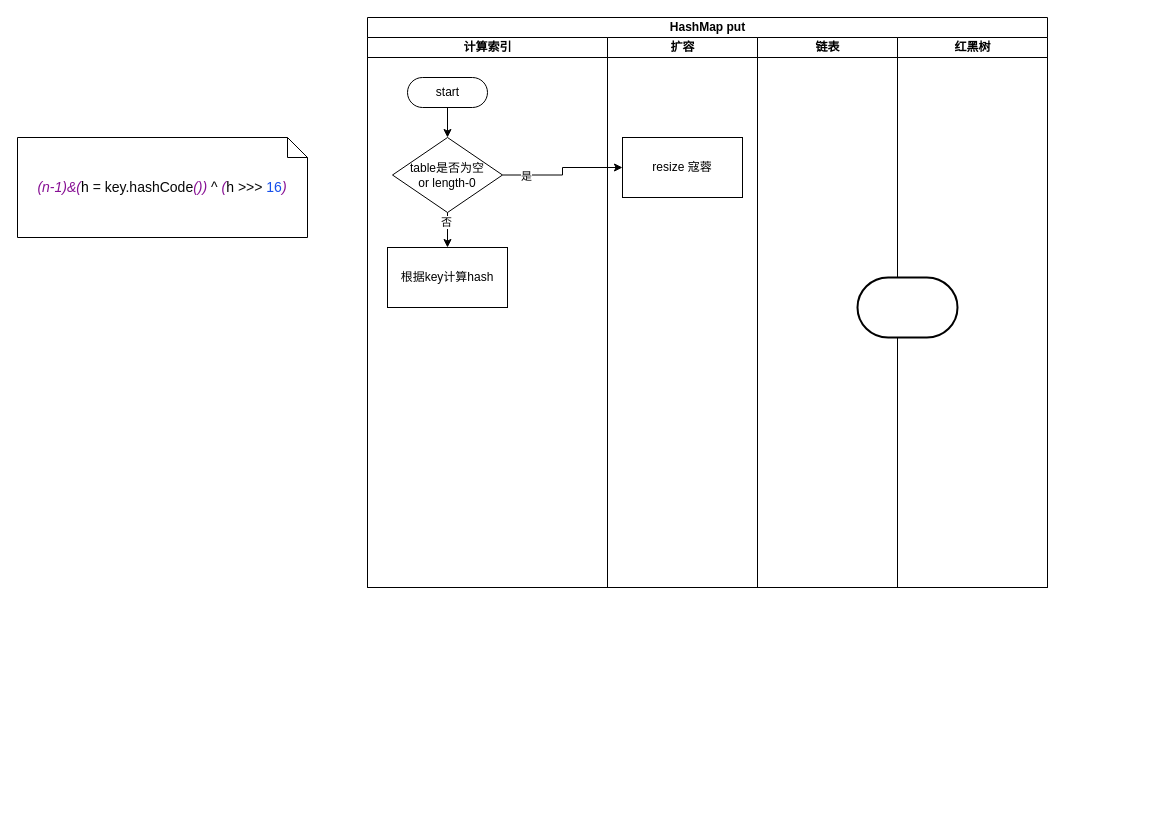
Before: 未命名绘图.drawio in jay121169/draw.io, a draw.io diagram. Source tidied: cells renumbered, new cells numbered last; positions are measured from the earlier drawing's top-left corner, leaving out a move shared by most shapes. Both pictures are drawn from the tidied source at 100%, with x=0, y=0 at pixel (17, 17).
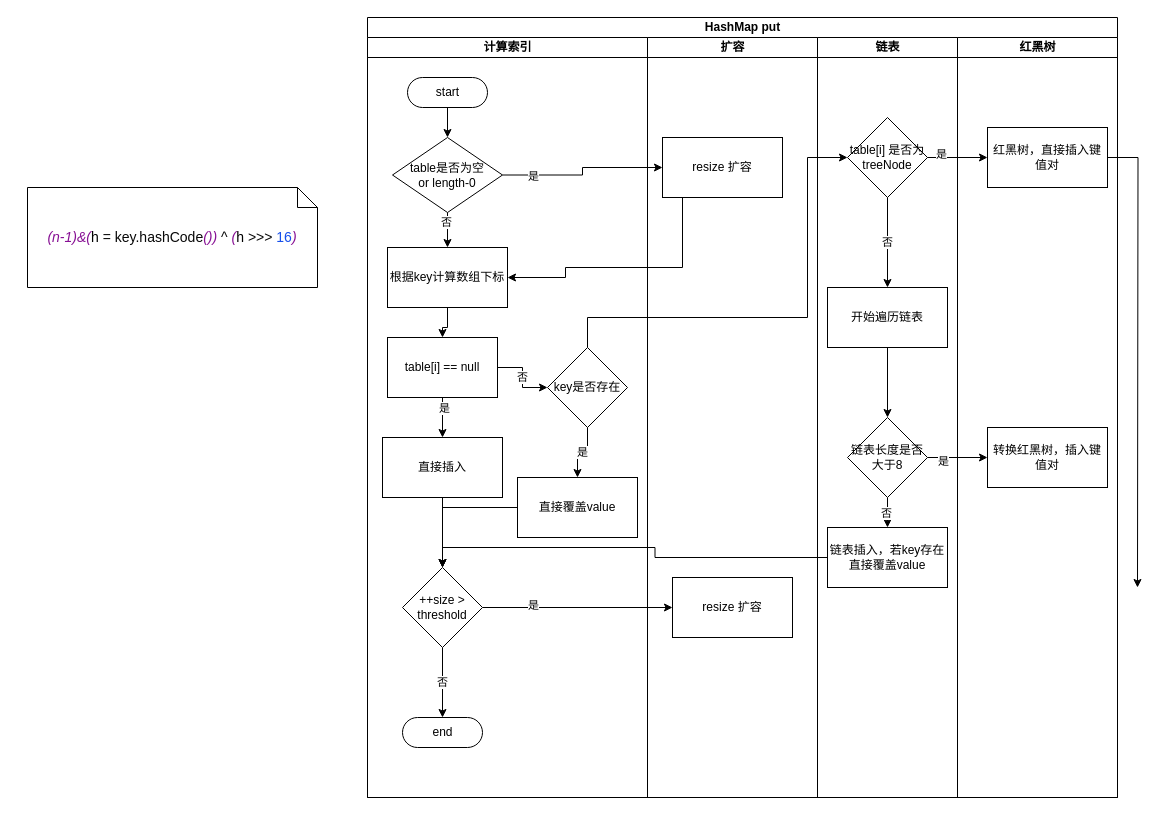
After the change.

The edit, as a diff of the source:
```diff
@@
     <mxCell id="2" value="HashMap put" style="swimlane;html=1;startSize=20;" parent="1" vertex="1">
-      <mxGeometry x="350" width="680" height="570" as="geometry" />
+      <mxGeometry x="350" width="750" height="780" as="geometry" />
     </mxCell>
     <mxCell id="3" value="计算索引" style="swimlane;html=1;startSize=20;" parent="2" vertex="1">
-      <mxGeometry y="20" width="240" height="550" as="geometry" />
+      <mxGeometry y="20" width="280" height="760" as="geometry" />
     </mxCell>
@@
-    <mxCell id="9" value="根据key计算hash" style="whiteSpace=wrap;html=1;dashed=0;" parent="3" vertex="1">
+    <mxCell id="9" value="根据key计算数组下标" style="whiteSpace=wrap;html=1;dashed=0;" parent="3" vertex="1">
       <mxGeometry x="20" y="210" width="120" height="60" as="geometry" />
     </mxCell>
+    <mxCell id="18" value="table[i] == null" style="whiteSpace=wrap;html=1;dashed=0;" parent="3" vertex="1">
+      <mxGeometry x="20" y="300" width="110" height="60" as="geometry" />
+    </mxCell>
+    <mxCell id="19" value="直接插入" style="whiteSpace=wrap;html=1;dashed=0;" parent="3" vertex="1">
+      <mxGeometry x="15" y="400" width="120" height="60" as="geometry" />
+    </mxCell>
+    <mxCell id="20" style="edgeStyle=orthogonalEdgeStyle;rounded=0;jettySize=auto;html=1;" parent="3" edge="1" source="9" target="18">
+      <mxGeometry relative="1" as="geometry" />
+    </mxCell>
+    <mxCell id="21" value="否" style="edgeStyle=orthogonalEdgeStyle;rounded=0;jettySize=auto;html=1;" parent="3" edge="1" source="18" target="25">
+      <mxGeometry relative="1" as="geometry" />
+    </mxCell>
+    <mxCell id="22" style="edgeStyle=orthogonalEdgeStyle;rounded=0;jettySize=auto;html=1;" parent="3" edge="1" source="18" target="19">
+      <mxGeometry relative="1" as="geometry" />
+    </mxCell>
+    <mxCell id="23" value="是" style="edgeLabel;html=1;align=center;verticalAlign=middle;" parent="22" vertex="1">
+      <mxGeometry x="-0.5" y="1" relative="1" as="geometry" />
+    </mxCell>
+    <mxCell id="24" value="end" style="html=1;dashed=0;whitespace=wrap;shape=mxgraph.dfd.start;" parent="3" vertex="1">
+      <mxGeometry x="35" y="680" width="80" height="30" as="geometry" />
+    </mxCell>
+    <mxCell id="25" value="key是否存在" style="rhombus;whiteSpace=wrap;html=1;dashed=0;" parent="3" vertex="1">
+      <mxGeometry x="180" y="310" width="80" height="80" as="geometry" />
+    </mxCell>
+    <mxCell id="26" value="是" style="edgeStyle=orthogonalEdgeStyle;rounded=0;jettySize=auto;html=1;" parent="3" edge="1" source="25" target="27">
+      <mxGeometry relative="1" as="geometry" />
+    </mxCell>
+    <mxCell id="27" value="直接覆盖value" style="whiteSpace=wrap;html=1;dashed=0;" parent="3" vertex="1">
+      <mxGeometry x="150" y="440" width="120" height="60" as="geometry" />
+    </mxCell>
     <mxCell id="10" value="扩容" style="swimlane;html=1;startSize=20;" parent="2" vertex="1">
-      <mxGeometry x="240" y="20" width="150" height="550" as="geometry" />
+      <mxGeometry x="280" y="20" width="170" height="760" as="geometry" />
     </mxCell>
-    <mxCell id="11" value="resize 寇蓉" style="whiteSpace=wrap;html=1;dashed=0;" parent="10" vertex="1">
+    <mxCell id="11" value="resize 扩容" style="whiteSpace=wrap;html=1;dashed=0;" parent="10" vertex="1">
       <mxGeometry x="15" y="100" width="120" height="60" as="geometry" />
     </mxCell>
+    <mxCell id="28" value="resize 扩容" style="whiteSpace=wrap;html=1;dashed=0;" parent="10" vertex="1">
+      <mxGeometry x="25" y="540" width="120" height="60" as="geometry" />
+    </mxCell>
     <mxCell id="12" value="链表" style="swimlane;html=1;startSize=20;" parent="2" vertex="1">
-      <mxGeometry x="390" y="20" width="140" height="550" as="geometry" />
+      <mxGeometry x="450" y="20" width="140" height="760" as="geometry" />
     </mxCell>
+    <mxCell id="29" value="链表插入，若key存在直接覆盖value" style="whiteSpace=wrap;html=1;dashed=0;" parent="12" vertex="1">
+      <mxGeometry x="10" y="490" width="120" height="60" as="geometry" />
+    </mxCell>
+    <mxCell id="30" value="table[i] 是否为treeNode" style="rhombus;whiteSpace=wrap;html=1;dashed=0;" parent="12" vertex="1">
+      <mxGeometry x="30" y="80" width="80" height="80" as="geometry" />
+    </mxCell>
     <mxCell id="13" value="红黑树" style="swimlane;html=1;startSize=20;" parent="2" vertex="1">
-      <mxGeometry x="530" y="20" width="150" height="550" as="geometry" />
+      <mxGeometry x="590" y="20" width="160" height="760" as="geometry" />
     </mxCell>
+    <mxCell id="31" value="红黑树，直接插入键值对" style="whiteSpace=wrap;html=1;dashed=0;" parent="13" vertex="1">
+      <mxGeometry x="30" y="90" width="120" height="60" as="geometry" />
+    </mxCell>
@@
-    <mxCell id="16" style="strokeWidth=2;html=1;shape=mxgraph.flowchart.terminator;whiteSpace=wrap;" parent="1" vertex="1">
-      <mxGeometry x="840" y="260" width="100" height="60" as="geometry" />
-    </mxCell>
+    <mxCell id="32" style="edgeStyle=orthogonalEdgeStyle;rounded=0;jettySize=auto;html=1;entryX=1;entryY=0.5;entryDx=0;entryDy=0;" parent="2" edge="1" source="11" target="9">
+      <mxGeometry relative="1" as="geometry">
+        <Array as="points">
+          <mxPoint x="315" y="250" />
+          <mxPoint x="198" y="250" />
+          <mxPoint x="198" y="260" />
+        </Array>
+      </mxGeometry>
+    </mxCell>
+    <mxCell id="33" style="edgeStyle=orthogonalEdgeStyle;rounded=0;jettySize=auto;html=1;" parent="2" edge="1" source="25" target="30">
+      <mxGeometry relative="1" as="geometry">
+        <Array as="points">
+          <mxPoint x="220" y="300" />
+          <mxPoint x="440" y="300" />
+          <mxPoint x="440" y="140" />
+        </Array>
+      </mxGeometry>
+    </mxCell>
+    <mxCell id="34" style="edgeStyle=orthogonalEdgeStyle;rounded=0;jettySize=auto;html=1;" parent="2" edge="1" source="30" target="31">
+      <mxGeometry relative="1" as="geometry" />
+    </mxCell>
+    <mxCell id="35" value="是" style="edgeLabel;html=1;align=center;verticalAlign=middle;" parent="34" vertex="1">
+      <mxGeometry x="-0.57" y="4" relative="1" as="geometry" />
+    </mxCell>
     <mxCell id="17" value="&lt;pre style=&quot;background-color: #ffffff ; color: #080808 ; font-family: &amp;#34;microsoft yahei mono&amp;#34; ; font-size: 10.5pt&quot;&gt;&lt;span style=&quot;color: #871094 ; font-style: italic&quot;&gt;(n-1)&amp;amp;(&lt;/span&gt;&lt;span style=&quot;color: #000000&quot;&gt;h &lt;/span&gt;= key.hashCode&lt;span style=&quot;color: #871094 ; font-style: italic&quot;&gt;()) &lt;/span&gt;^ &lt;span style=&quot;color: #871094 ; font-style: italic&quot;&gt;(&lt;/span&gt;&lt;span style=&quot;color: #000000&quot;&gt;h &lt;/span&gt;&amp;gt;&amp;gt;&amp;gt; &lt;span style=&quot;color: #1750eb&quot;&gt;16&lt;/span&gt;&lt;span style=&quot;color: #871094 ; font-style: italic&quot;&gt;)&lt;/span&gt;&lt;/pre&gt;" style="shape=note;size=20;whiteSpace=wrap;html=1;" parent="1" vertex="1">
-      <mxGeometry y="120" width="290" height="100" as="geometry" />
+      <mxGeometry x="10" y="170" width="290" height="100" as="geometry" />
     </mxCell>
+    <mxCell id="36" value="否" style="edgeStyle=orthogonalEdgeStyle;rounded=0;jettySize=auto;html=1;" parent="1" edge="1" source="39" target="24">
+      <mxGeometry relative="1" as="geometry" />
+    </mxCell>
+    <mxCell id="37" style="edgeStyle=orthogonalEdgeStyle;rounded=0;jettySize=auto;html=1;" parent="1" edge="1" source="39" target="28">
+      <mxGeometry relative="1" as="geometry" />
+    </mxCell>
+    <mxCell id="38" value="是" style="edgeLabel;html=1;align=center;verticalAlign=middle;" parent="37" vertex="1">
+      <mxGeometry x="-0.47" y="3" relative="1" as="geometry" />
+    </mxCell>
+    <mxCell id="39" value="++size &amp;gt;&lt;br&gt;threshold" style="rhombus;whiteSpace=wrap;html=1;dashed=0;" parent="1" vertex="1">
+      <mxGeometry x="385" y="550" width="80" height="80" as="geometry" />
+    </mxCell>
+    <mxCell id="40" style="edgeStyle=orthogonalEdgeStyle;rounded=0;jettySize=auto;html=1;" parent="1" edge="1" source="19" target="39">
+      <mxGeometry relative="1" as="geometry" />
+    </mxCell>
+    <mxCell id="41" style="edgeStyle=orthogonalEdgeStyle;rounded=0;jettySize=auto;html=1;entryX=0.5;entryY=0;entryDx=0;entryDy=0;" parent="1" edge="1" source="27" target="39">
+      <mxGeometry relative="1" as="geometry" />
+    </mxCell>
+    <mxCell id="42" style="edgeStyle=orthogonalEdgeStyle;rounded=0;jettySize=auto;html=1;" parent="1" edge="1" source="43" target="49">
+      <mxGeometry relative="1" as="geometry" />
+    </mxCell>
+    <mxCell id="43" value="开始遍历链表" style="whiteSpace=wrap;html=1;dashed=0;" parent="1" vertex="1">
+      <mxGeometry x="810" y="270" width="120" height="60" as="geometry" />
+    </mxCell>
+    <mxCell id="44" value="否" style="edgeStyle=orthogonalEdgeStyle;rounded=0;jettySize=auto;html=1;" parent="1" edge="1" source="30" target="43">
+      <mxGeometry relative="1" as="geometry" />
+    </mxCell>
+    <mxCell id="45" style="edgeStyle=orthogonalEdgeStyle;rounded=0;jettySize=auto;html=1;" parent="1" edge="1" source="49" target="29">
+      <mxGeometry relative="1" as="geometry" />
+    </mxCell>
+    <mxCell id="46" value="否" style="edgeLabel;html=1;align=center;verticalAlign=middle;" parent="45" vertex="1">
+      <mxGeometry x="-0.42" y="-2" relative="1" as="geometry" />
+    </mxCell>
+    <mxCell id="47" style="edgeStyle=orthogonalEdgeStyle;rounded=0;jettySize=auto;html=1;" parent="1" edge="1" source="49" target="51">
+      <mxGeometry relative="1" as="geometry" />
+    </mxCell>
+    <mxCell id="48" value="是" style="edgeLabel;html=1;align=center;verticalAlign=middle;" parent="47" vertex="1">
+      <mxGeometry x="-0.5" y="-3" relative="1" as="geometry" />
+    </mxCell>
+    <mxCell id="49" value="链表长度是否大于8" style="rhombus;whiteSpace=wrap;html=1;dashed=0;" parent="1" vertex="1">
+      <mxGeometry x="830" y="400" width="80" height="80" as="geometry" />
+    </mxCell>
+    <mxCell id="50" style="edgeStyle=orthogonalEdgeStyle;rounded=0;jettySize=auto;html=1;entryX=0.5;entryY=0;entryDx=0;entryDy=0;" parent="1" edge="1" source="29" target="39">
+      <mxGeometry relative="1" as="geometry" />
+    </mxCell>
+    <mxCell id="51" value="转换红黑树，插入键值对" style="whiteSpace=wrap;html=1;dashed=0;" parent="1" vertex="1">
+      <mxGeometry x="970" y="410" width="120" height="60" as="geometry" />
+    </mxCell>
+    <mxCell id="52" style="edgeStyle=orthogonalEdgeStyle;rounded=0;jettySize=auto;html=1;" parent="1" edge="1" source="31">
+      <mxGeometry relative="1" as="geometry">
+        <mxPoint x="1120" y="570" as="targetPoint" />
+      </mxGeometry>
+    </mxCell>
```
